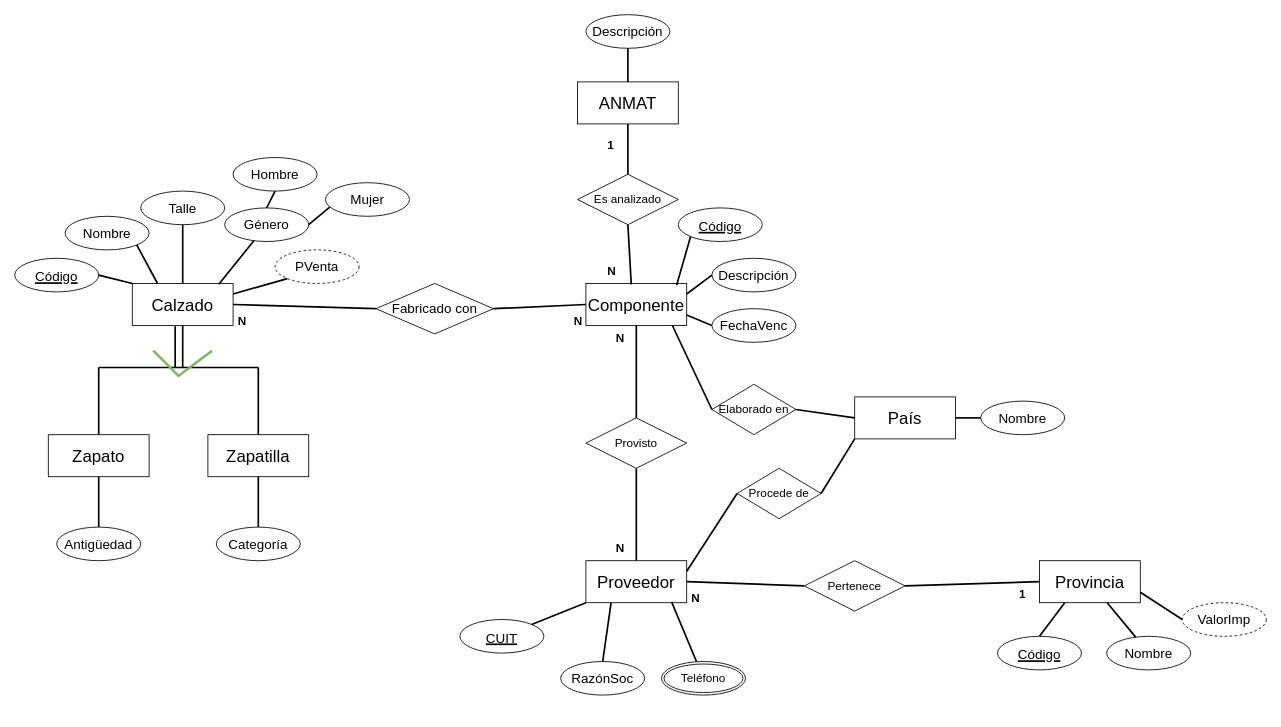
Before: Leandro Cantero - Parcial.drawio in LeandroCantero/BaseDeDatos-Unahur, a draw.io diagram. Source tidied: cells renumbered, new cells numbered last; positions are measured from the earlier drawing's top-left corner, leaving out a move shared by most shapes. Both pictures are drawn from the tidied source at 84%, with x=0, y=0 at pixel (14, 14).
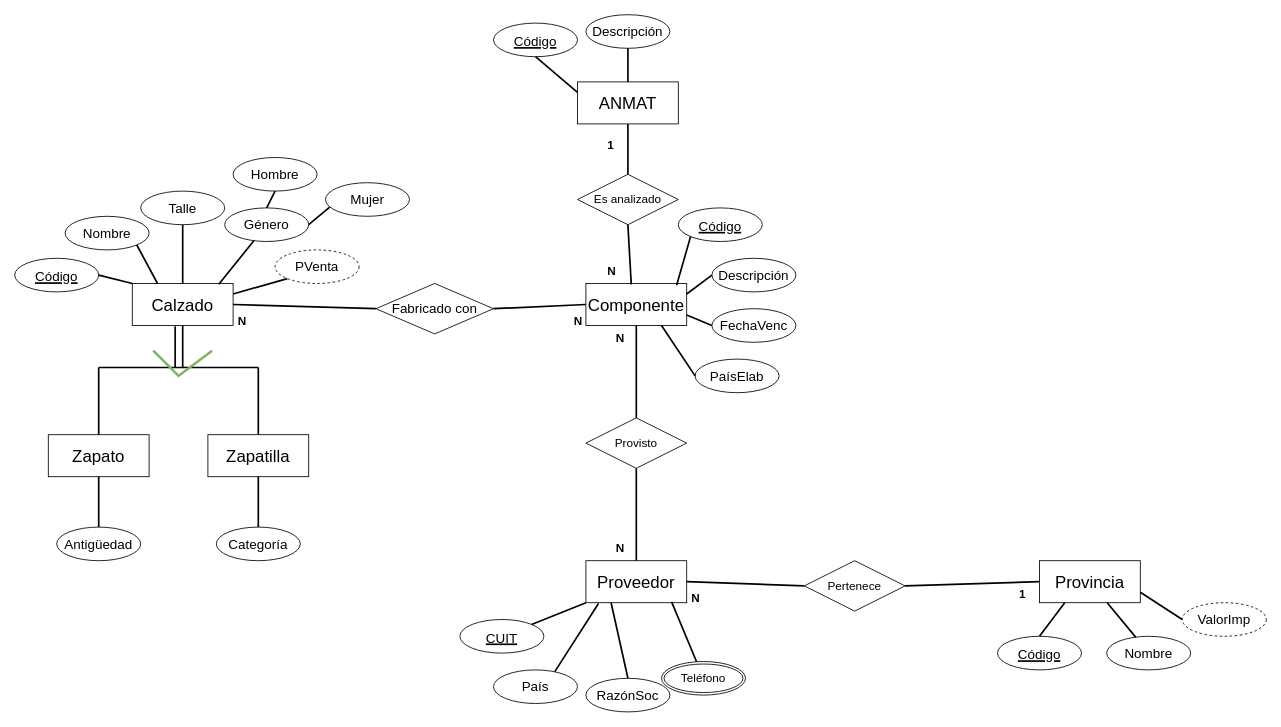
The same page after the edit.

The change refers to these unchanged cells:
```xml
<mxCell id="28" value="&lt;span style=&quot;font-size: 20px;&quot;&gt;Componente&lt;/span&gt;" style="whiteSpace=wrap;html=1;align=center;fontSize=14;" parent="1" vertex="1">
  <mxGeometry x="680" y="320" width="120" height="50" as="geometry" />
</mxCell>
<mxCell id="40" value="&lt;span style=&quot;font-size: 20px;&quot;&gt;Proveedor&lt;/span&gt;" style="whiteSpace=wrap;html=1;align=center;fontSize=14;" parent="1" vertex="1">
  <mxGeometry x="680" y="650" width="120" height="50" as="geometry" />
</mxCell>
<mxCell id="43" value="&lt;span style=&quot;font-size: 20px;&quot;&gt;ANMAT&lt;/span&gt;" style="whiteSpace=wrap;html=1;align=center;fontSize=14;" parent="1" vertex="1">
  <mxGeometry x="670" y="80" width="120" height="50" as="geometry" />
</mxCell>
```

What changed in the source:
```diff
@@
-    <mxCell id="42" value="&lt;span style=&quot;font-size: 20px;&quot;&gt;País&lt;/span&gt;" style="whiteSpace=wrap;html=1;align=center;fontSize=14;" parent="1" vertex="1">
-      <mxGeometry x="1000" y="455" width="120" height="50" as="geometry" />
-    </mxCell>
@@
-    <mxCell id="45" value="Nombre" style="ellipse;whiteSpace=wrap;html=1;align=center;fontSize=16;" parent="1" vertex="1">
-      <mxGeometry x="1150" y="460" width="100" height="40" as="geometry" />
-    </mxCell>
     <mxCell id="46" value="RazónSoc" style="ellipse;whiteSpace=wrap;html=1;align=center;fontSize=16;" parent="1" vertex="1">
-      <mxGeometry x="650" y="770" width="100" height="40" as="geometry" />
+      <mxGeometry x="680" y="790" width="100" height="40" as="geometry" />
     </mxCell>
@@
-    <mxCell id="65" value="Procede de" style="shape=rhombus;perimeter=rhombusPerimeter;whiteSpace=wrap;html=1;align=center;fontSize=14;" parent="1" vertex="1">
-      <mxGeometry x="860" y="540" width="100" height="60" as="geometry" />
-    </mxCell>
-    <mxCell id="66" value="Elaborado en" style="shape=rhombus;perimeter=rhombusPerimeter;whiteSpace=wrap;html=1;align=center;fontSize=14;" parent="1" vertex="1">
-      <mxGeometry x="830" y="440" width="100" height="60" as="geometry" />
-    </mxCell>
-    <mxCell id="67" style="endArrow=none;html=1;rounded=0;fontSize=16;strokeWidth=2;exitX=0.858;exitY=1;exitDx=0;exitDy=0;entryX=0;entryY=0.5;entryDx=0;entryDy=0;exitPerimeter=0;" parent="1" edge="1" source="28" target="66">
-      <mxGeometry relative="1" as="geometry" />
-    </mxCell>
-    <mxCell id="68" style="endArrow=none;html=1;rounded=0;fontSize=16;strokeWidth=2;exitX=0;exitY=0.5;exitDx=0;exitDy=0;entryX=1;entryY=0.5;entryDx=0;entryDy=0;" parent="1" edge="1" source="42" target="66">
-      <mxGeometry relative="1" as="geometry" />
-    </mxCell>
-    <mxCell id="69" style="endArrow=none;html=1;rounded=0;fontSize=16;strokeWidth=2;exitX=1;exitY=0.25;exitDx=0;exitDy=0;entryX=0;entryY=0.5;entryDx=0;entryDy=0;" parent="1" edge="1" source="40" target="65">
-      <mxGeometry relative="1" as="geometry" />
-    </mxCell>
-    <mxCell id="70" style="endArrow=none;html=1;rounded=0;fontSize=16;strokeWidth=2;exitX=0;exitY=1;exitDx=0;exitDy=0;entryX=1;entryY=0.5;entryDx=0;entryDy=0;" parent="1" edge="1" source="42" target="65">
-      <mxGeometry relative="1" as="geometry" />
-    </mxCell>
-    <mxCell id="71" style="endArrow=none;html=1;rounded=0;fontSize=16;strokeWidth=2;exitX=0;exitY=0.5;exitDx=0;exitDy=0;entryX=1;entryY=0.5;entryDx=0;entryDy=0;" parent="1" edge="1" source="45" target="42">
-      <mxGeometry relative="1" as="geometry" />
-    </mxCell>
@@
+    <mxCell id="82" value="&lt;font style=&quot;font-size: 16px;&quot;&gt;Código&lt;/font&gt;" style="ellipse;whiteSpace=wrap;html=1;align=center;fontStyle=4;fontSize=20;" parent="1" vertex="1">
+      <mxGeometry x="570" y="10" width="100" height="40" as="geometry" />
+    </mxCell>
+    <mxCell id="83" style="endArrow=none;html=1;rounded=0;fontSize=14;strokeWidth=2;exitX=0;exitY=0.25;exitDx=0;exitDy=0;entryX=0.5;entryY=1;entryDx=0;entryDy=0;" parent="1" edge="1" source="43" target="82">
+      <mxGeometry relative="1" as="geometry" />
+    </mxCell>
+    <mxCell id="42" value="País" style="ellipse;whiteSpace=wrap;html=1;align=center;fontSize=16;" parent="1" vertex="1">
+      <mxGeometry x="570" y="780" width="100" height="40" as="geometry" />
+    </mxCell>
+    <mxCell id="84" style="endArrow=none;html=1;rounded=0;fontSize=14;strokeWidth=2;exitX=0.73;exitY=0.05;exitDx=0;exitDy=0;entryX=0.125;entryY=1.02;entryDx=0;entryDy=0;entryPerimeter=0;exitPerimeter=0;" parent="1" edge="1" source="42" target="40">
+      <mxGeometry relative="1" as="geometry" />
+    </mxCell>
+    <mxCell id="85" value="PaísElab" style="ellipse;whiteSpace=wrap;html=1;align=center;fontSize=16;" parent="1" vertex="1">
+      <mxGeometry x="810" y="410" width="100" height="40" as="geometry" />
+    </mxCell>
+    <mxCell id="86" style="endArrow=none;html=1;rounded=0;fontSize=16;strokeWidth=2;entryX=0;entryY=0.5;entryDx=0;entryDy=0;exitX=0.75;exitY=1;exitDx=0;exitDy=0;" parent="1" edge="1" source="28" target="85">
+      <mxGeometry relative="1" as="geometry" />
+    </mxCell>
```
